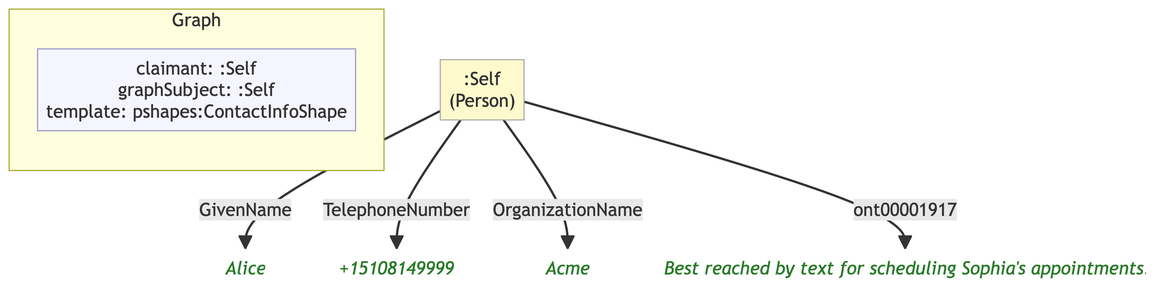
MeeFoundation/mia-ontologies keeps this Mermaid diagram as example/graphs/images/graph-30.png. Above is the earlier version. Its source is kept beside it as example/graphs/images/graph-30.mmd.
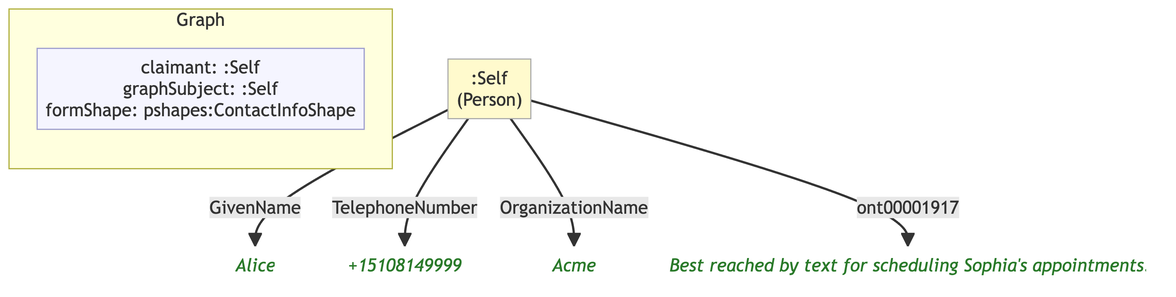
After the commit.

Change to the diagram source:
```diff
@@ -7,16 +7,16 @@
 
     subgraph ctx["Graph"]
         direction LR
-        ctx_meta["claimant: :Self\ngraphSubject: :Self\ntemplate: pshapes:ContactInfoShape"]:::meta
+        ctx_meta["claimant: :Self\ngraphSubject: :Self\nformShape: pshapes:ContactInfoShape"]:::meta
     end
 
-    ne0c3ba92f1db[":Self\n(Person)"]:::person
-    ne2d0f025d1c5("Alice"):::lit
-    n3cb929e3eaf0("+15108149999"):::lit
-    naad10db09df3("Acme"):::lit
-    na8af7ee79f74("Best reached by text for scheduling Sophia's appointments."):::lit
+    n655e442e50be[":Self\n(Person)"]:::person
+    n4fe9ee8255a2("Alice"):::lit
+    n1cabc4d83ced("+15108149999"):::lit
+    n760ec63c8800("Acme"):::lit
+    n47a1e147a6a5("Best reached by text for scheduling Sophia's appointments."):::lit
 
-    ne0c3ba92f1db -->|"GivenName"| ne2d0f025d1c5
-    ne0c3ba92f1db -->|"TelephoneNumber"| n3cb929e3eaf0
-    ne0c3ba92f1db -->|"OrganizationName"| naad10db09df3
-    ne0c3ba92f1db -->|"ont00001917"| na8af7ee79f74
+    n655e442e50be -->|"GivenName"| n4fe9ee8255a2
+    n655e442e50be -->|"TelephoneNumber"| n1cabc4d83ced
+    n655e442e50be -->|"OrganizationName"| n760ec63c8800
+    n655e442e50be -->|"ont00001917"| n47a1e147a6a5
```
